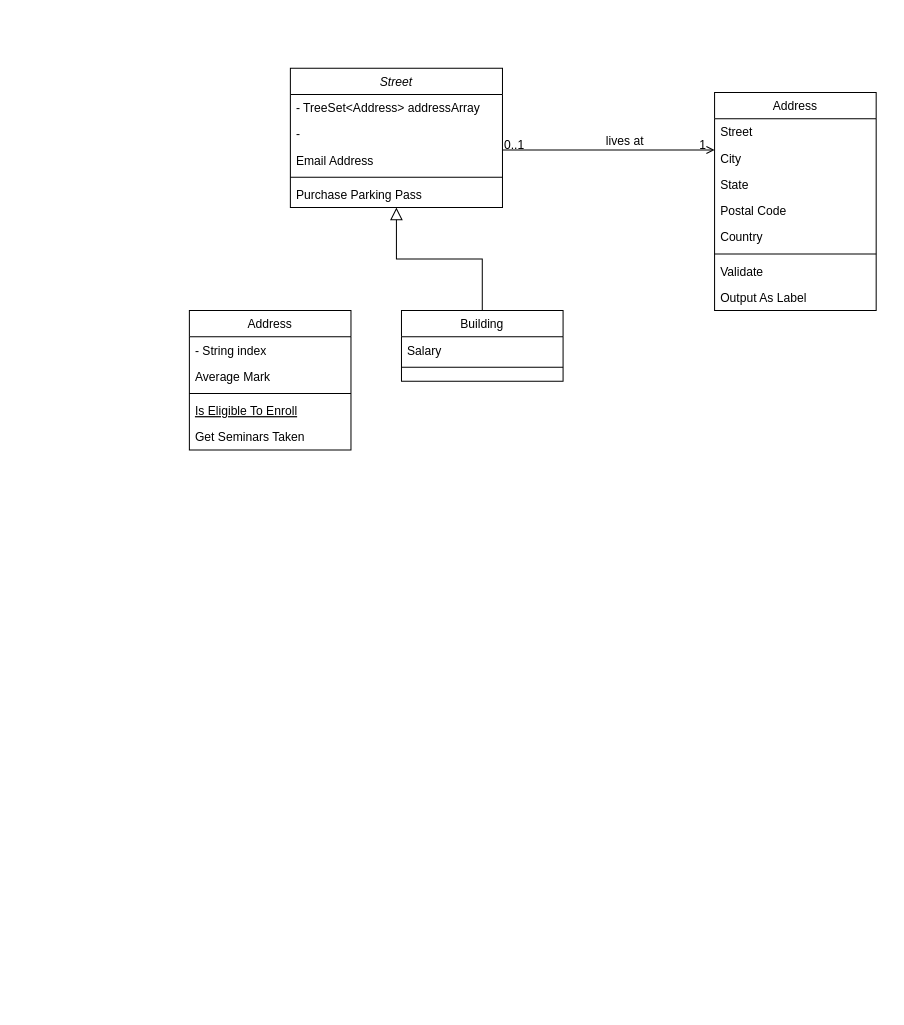
Above: CityWork.drawio in CeriiZedF/CityWork (draw.io), before the change. Source tidied: cells renumbered, new cells numbered last; positions are measured from the earlier drawing's top-left corner, leaving out a move shared by most shapes. Both pictures are drawn from the tidied source at 101%, with x=0, y=0 at pixel (189, 68).
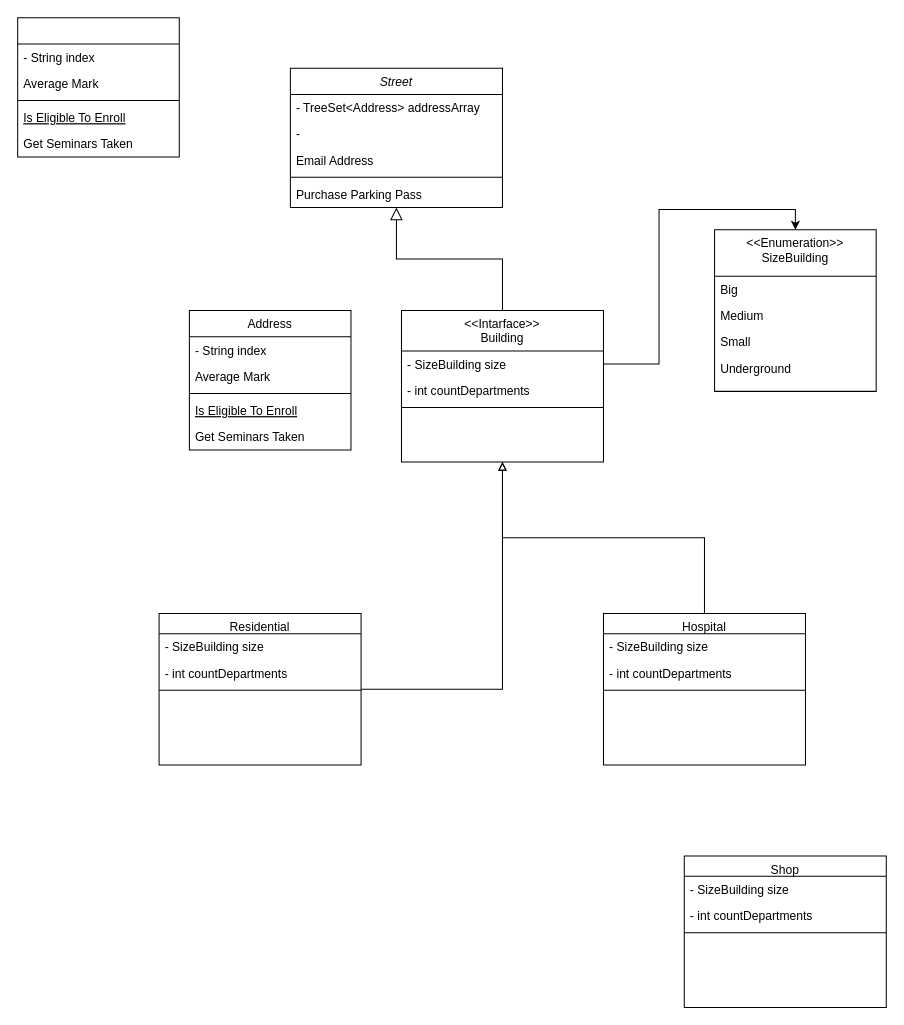
After the change.

Unchanged cells that the change refers to:
```xml
<mxCell id="2" value="Street" style="swimlane;fontStyle=2;align=center;verticalAlign=top;horizontal=1;startSize=26;rounded=0;shadow=0;strokeWidth=1;" parent="1" vertex="1">
  <mxGeometry x="100" width="210" height="138" as="geometry" />
</mxCell>
```

Change to the diagram source:
```diff
@@
+    <mxCell id="31" style="edgeStyle=orthogonalEdgeStyle;rounded=0;jettySize=auto;html=1;exitX=1;exitY=0.5;exitDx=0;exitDy=0;entryX=0.5;entryY=0;entryDx=0;entryDy=0;" parent="1" edge="1" source="15" target="18">
+      <mxGeometry relative="1" as="geometry" />
+    </mxCell>
-    <mxCell id="14" value="Building" style="swimlane;fontStyle=0;align=center;verticalAlign=top;horizontal=1;startSize=26;rounded=0;shadow=0;strokeWidth=1;" parent="1" vertex="1">
-      <mxGeometry x="210" y="240" width="160" height="70" as="geometry" />
+    <mxCell id="14" value="&lt;&lt;Intarface&gt;&gt;&#10;Building" style="swimlane;fontStyle=0;align=center;verticalAlign=top;horizontal=1;startSize=40;rounded=0;shadow=0;strokeWidth=1;" parent="1" vertex="1">
+      <mxGeometry x="210" y="240" width="200" height="150" as="geometry" />
     </mxCell>
-    <mxCell id="15" value="Salary" style="text;align=left;verticalAlign=top;spacingLeft=4;spacingRight=4;overflow=hidden;points=[[0,0.5],[1,0.5]];portConstraint=eastwest;" parent="14" vertex="1">
-      <mxGeometry y="26" width="160" height="26" as="geometry" />
+    <mxCell id="15" value="- SizeBuilding size" style="text;align=left;verticalAlign=top;spacingLeft=4;spacingRight=4;overflow=hidden;points=[[0,0.5],[1,0.5]];portConstraint=eastwest;" parent="14" vertex="1">
+      <mxGeometry y="40" width="200" height="26" as="geometry" />
     </mxCell>
+    <mxCell id="32" value="- int countDepartments" style="text;align=left;verticalAlign=top;spacingLeft=4;spacingRight=4;overflow=hidden;html=1;" parent="14" vertex="1">
+      <mxGeometry y="66" width="200" height="26" as="geometry" />
+    </mxCell>
     <mxCell id="16" style="line;html=1;strokeWidth=1;align=left;verticalAlign=middle;spacingTop=-1;spacingLeft=3;spacingRight=3;labelPosition=right;" parent="14" vertex="1">
-      <mxGeometry y="52" width="160" height="8" as="geometry" />
+      <mxGeometry y="92" width="200" height="8" as="geometry" />
     </mxCell>
@@
-    <mxCell id="18" value="Address" style="swimlane;fontStyle=0;align=center;verticalAlign=top;horizontal=1;startSize=26;rounded=0;shadow=0;strokeWidth=1;" parent="1" vertex="1">
-      <mxGeometry x="520" y="24" width="160" height="216" as="geometry" />
+    <mxCell id="18" value="&lt;&lt;Enumeration&gt;&gt;&#10;SizeBuilding" style="swimlane;fontStyle=0;align=center;verticalAlign=top;horizontal=1;startSize=46;rounded=0;shadow=0;strokeWidth=1;" parent="1" vertex="1">
+      <mxGeometry x="520" y="160" width="160" height="160" as="geometry" />
     </mxCell>
-    <mxCell id="19" value="Street" style="text;align=left;verticalAlign=top;spacingLeft=4;spacingRight=4;overflow=hidden;" parent="18" vertex="1">
-      <mxGeometry y="26" width="160" height="26" as="geometry" />
+    <mxCell id="19" value="Big" style="text;align=left;verticalAlign=top;spacingLeft=4;spacingRight=4;overflow=hidden;" parent="18" vertex="1">
+      <mxGeometry y="46" width="160" height="26" as="geometry" />
     </mxCell>
-    <mxCell id="20" value="City" style="text;align=left;verticalAlign=top;spacingLeft=4;spacingRight=4;overflow=hidden;rounded=0;shadow=0;html=0;" parent="18" vertex="1">
-      <mxGeometry y="52" width="160" height="26" as="geometry" />
+    <mxCell id="20" value="Medium" style="text;align=left;verticalAlign=top;spacingLeft=4;spacingRight=4;overflow=hidden;rounded=0;shadow=0;html=0;" parent="18" vertex="1">
+      <mxGeometry y="72" width="160" height="26" as="geometry" />
     </mxCell>
-    <mxCell id="21" value="State" style="text;align=left;verticalAlign=top;spacingLeft=4;spacingRight=4;overflow=hidden;rounded=0;shadow=0;html=0;" parent="18" vertex="1">
-      <mxGeometry y="78" width="160" height="26" as="geometry" />
+    <mxCell id="21" value="Small" style="text;align=left;verticalAlign=top;spacingLeft=4;spacingRight=4;overflow=hidden;rounded=0;shadow=0;html=0;" parent="18" vertex="1">
+      <mxGeometry y="98" width="160" height="26" as="geometry" />
     </mxCell>
-    <mxCell id="22" value="Postal Code" style="text;align=left;verticalAlign=top;spacingLeft=4;spacingRight=4;overflow=hidden;rounded=0;shadow=0;html=0;" parent="18" vertex="1">
-      <mxGeometry y="104" width="160" height="26" as="geometry" />
-    </mxCell>
-    <mxCell id="23" value="Country" style="text;align=left;verticalAlign=top;spacingLeft=4;spacingRight=4;overflow=hidden;rounded=0;shadow=0;html=0;" parent="18" vertex="1">
-      <mxGeometry y="130" width="160" height="26" as="geometry" />
-    </mxCell>
-    <mxCell id="24" style="line;html=1;strokeWidth=1;align=left;verticalAlign=middle;spacingTop=-1;spacingLeft=3;spacingRight=3;labelPosition=right;" parent="18" vertex="1">
-      <mxGeometry y="156" width="160" height="8" as="geometry" />
-    </mxCell>
-    <mxCell id="25" value="Validate" style="text;align=left;verticalAlign=top;spacingLeft=4;spacingRight=4;overflow=hidden;" parent="18" vertex="1">
-      <mxGeometry y="164" width="160" height="26" as="geometry" />
-    </mxCell>
-    <mxCell id="26" value="Output As Label" style="text;align=left;verticalAlign=top;spacingLeft=4;spacingRight=4;overflow=hidden;" parent="18" vertex="1">
-      <mxGeometry y="190" width="160" height="26" as="geometry" />
-    </mxCell>
-    <mxCell id="27" style="endArrow=open;shadow=0;strokeWidth=1;rounded=0;curved=0;endFill=1;edgeStyle=elbowEdgeStyle;elbow=vertical;" parent="1" edge="1" source="2" target="18">
-      <mxGeometry x="0.5" y="41" relative="1" as="geometry">
-        <mxPoint x="-40" y="32" as="offset" />
-      </mxGeometry>
-    </mxCell>
-    <mxCell id="28" value="0..1" style="align=left;verticalAlign=bottom;labelBackgroundColor=none;fontSize=12;" parent="27" vertex="1">
-      <mxGeometry x="-1" relative="1" as="geometry">
-        <mxPoint y="4" as="offset" />
-      </mxGeometry>
-    </mxCell>
-    <mxCell id="29" value="1" style="align=right;verticalAlign=bottom;labelBackgroundColor=none;fontSize=12;" parent="27" vertex="1">
-      <mxGeometry x="1" relative="1" as="geometry">
-        <mxPoint x="-7" y="4" as="offset" />
-      </mxGeometry>
-    </mxCell>
-    <mxCell id="30" value="lives at" style="text;html=1;align=center;verticalAlign=middle;labelBackgroundColor=none;rounded=0;shadow=0;strokeWidth=1;fontSize=12;" parent="27" vertex="1">
-      <mxGeometry x="0.5" y="49" relative="1" as="geometry">
-        <mxPoint x="-38" y="40" as="offset" />
-      </mxGeometry>
-    </mxCell>
+    <mxCell id="33" value="Underground" style="text;align=left;verticalAlign=top;spacingLeft=4;spacingRight=4;overflow=hidden;rounded=0;shadow=0;html=0;" parent="18" vertex="1">
+      <mxGeometry y="124" width="160" height="26" as="geometry" />
+    </mxCell>
+    <mxCell id="34" style="swimlane;fontStyle=0;align=center;verticalAlign=top;horizontal=1;startSize=26;rounded=0;shadow=0;strokeWidth=1;" parent="1" vertex="1">
+      <mxGeometry x="-170" y="-50" width="160" height="138" as="geometry" />
+    </mxCell>
+    <mxCell id="35" value="- String index " style="text;align=left;verticalAlign=top;spacingLeft=4;spacingRight=4;overflow=hidden;" parent="34" vertex="1">
+      <mxGeometry y="26" width="160" height="26" as="geometry" />
+    </mxCell>
+    <mxCell id="36" value="Average Mark" style="text;align=left;verticalAlign=top;spacingLeft=4;spacingRight=4;overflow=hidden;rounded=0;shadow=0;html=0;" parent="34" vertex="1">
+      <mxGeometry y="52" width="160" height="26" as="geometry" />
+    </mxCell>
+    <mxCell id="37" style="line;html=1;strokeWidth=1;align=left;verticalAlign=middle;spacingTop=-1;spacingLeft=3;spacingRight=3;labelPosition=right;" parent="34" vertex="1">
+      <mxGeometry y="78" width="160" height="8" as="geometry" />
+    </mxCell>
+    <mxCell id="38" value="Is Eligible To Enroll" style="text;align=left;verticalAlign=top;spacingLeft=4;spacingRight=4;overflow=hidden;fontStyle=4;" parent="34" vertex="1">
+      <mxGeometry y="86" width="160" height="26" as="geometry" />
+    </mxCell>
+    <mxCell id="39" value="Get Seminars Taken" style="text;align=left;verticalAlign=top;spacingLeft=4;spacingRight=4;overflow=hidden;" parent="34" vertex="1">
+      <mxGeometry y="112" width="160" height="26" as="geometry" />
+    </mxCell>
+    <mxCell id="40" style="edgeStyle=orthogonalEdgeStyle;rounded=0;jettySize=auto;html=1;entryX=0.5;entryY=1;entryDx=0;entryDy=0;endArrow=block;endFill=0;" parent="1" edge="1" source="41" target="14">
+      <mxGeometry relative="1" as="geometry" />
+    </mxCell>
+    <mxCell id="41" value="Residential" style="swimlane;fontStyle=0;align=center;verticalAlign=top;horizontal=1;startSize=20;rounded=0;shadow=0;strokeWidth=1;" parent="1" vertex="1">
+      <mxGeometry x="-30" y="540" width="200" height="150" as="geometry" />
+    </mxCell>
+    <mxCell id="42" value="- SizeBuilding size" style="text;align=left;verticalAlign=top;spacingLeft=4;spacingRight=4;overflow=hidden;" parent="41" vertex="1">
+      <mxGeometry y="20" width="200" height="26" as="geometry" />
+    </mxCell>
+    <mxCell id="43" value="- int countDepartments" style="text;align=left;verticalAlign=top;spacingLeft=4;spacingRight=4;overflow=hidden;html=1;" parent="41" vertex="1">
+      <mxGeometry y="46" width="200" height="26" as="geometry" />
+    </mxCell>
+    <mxCell id="44" style="line;html=1;strokeWidth=1;align=left;verticalAlign=middle;spacingTop=-1;spacingLeft=3;spacingRight=3;labelPosition=right;" parent="41" vertex="1">
+      <mxGeometry y="72" width="200" height="8" as="geometry" />
+    </mxCell>
+    <mxCell id="45" value="Hospital" style="swimlane;fontStyle=0;align=center;verticalAlign=top;horizontal=1;startSize=20;rounded=0;shadow=0;strokeWidth=1;" parent="1" vertex="1">
+      <mxGeometry x="410" y="540" width="200" height="150" as="geometry" />
+    </mxCell>
+    <mxCell id="46" value="- SizeBuilding size" style="text;align=left;verticalAlign=top;spacingLeft=4;spacingRight=4;overflow=hidden;" parent="45" vertex="1">
+      <mxGeometry y="20" width="200" height="26" as="geometry" />
+    </mxCell>
+    <mxCell id="47" value="- int countDepartments" style="text;align=left;verticalAlign=top;spacingLeft=4;spacingRight=4;overflow=hidden;html=1;" parent="45" vertex="1">
+      <mxGeometry y="46" width="200" height="26" as="geometry" />
+    </mxCell>
+    <mxCell id="48" style="line;html=1;strokeWidth=1;align=left;verticalAlign=middle;spacingTop=-1;spacingLeft=3;spacingRight=3;labelPosition=right;" parent="45" vertex="1">
+      <mxGeometry y="72" width="200" height="8" as="geometry" />
+    </mxCell>
+    <mxCell id="49" style="edgeStyle=orthogonalEdgeStyle;rounded=0;jettySize=auto;html=1;endArrow=block;endFill=0;exitX=0.5;exitY=0;exitDx=0;exitDy=0;entryX=0.5;entryY=1;entryDx=0;entryDy=0;" parent="1" edge="1" source="45" target="14">
+      <mxGeometry relative="1" as="geometry" />
+    </mxCell>
+    <mxCell id="50" value="Shop" style="swimlane;fontStyle=0;align=center;verticalAlign=top;horizontal=1;startSize=20;rounded=0;shadow=0;strokeWidth=1;" parent="1" vertex="1">
+      <mxGeometry x="490" y="780" width="200" height="150" as="geometry" />
+    </mxCell>
+    <mxCell id="51" value="- SizeBuilding size" style="text;align=left;verticalAlign=top;spacingLeft=4;spacingRight=4;overflow=hidden;" parent="50" vertex="1">
+      <mxGeometry y="20" width="200" height="26" as="geometry" />
+    </mxCell>
+    <mxCell id="52" value="- int countDepartments" style="text;align=left;verticalAlign=top;spacingLeft=4;spacingRight=4;overflow=hidden;html=1;" parent="50" vertex="1">
+      <mxGeometry y="46" width="200" height="26" as="geometry" />
+    </mxCell>
+    <mxCell id="53" style="line;html=1;strokeWidth=1;align=left;verticalAlign=middle;spacingTop=-1;spacingLeft=3;spacingRight=3;labelPosition=right;" parent="50" vertex="1">
+      <mxGeometry y="72" width="200" height="8" as="geometry" />
+    </mxCell>
```
